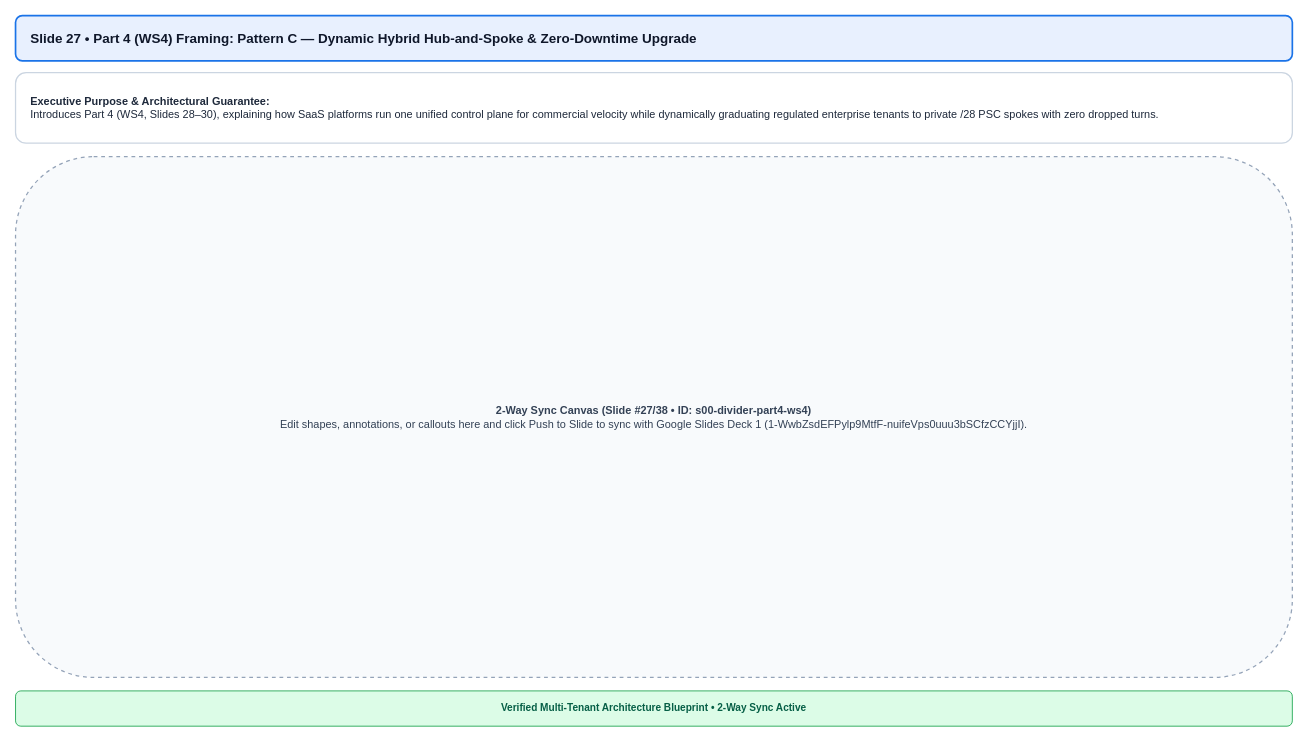
Before: diagrams/compendium/drawio/s00-divider-part4-ws4.drawio in nitinaggarwal-12/blogs, a draw.io diagram. Source tidied: cells renumbered, new cells numbered last; positions are measured from the earlier drawing's top-left corner, leaving out a move shared by most shapes. Both pictures are drawn from the tidied source at 84%, with x=0, y=0 at pixel (15, 15).
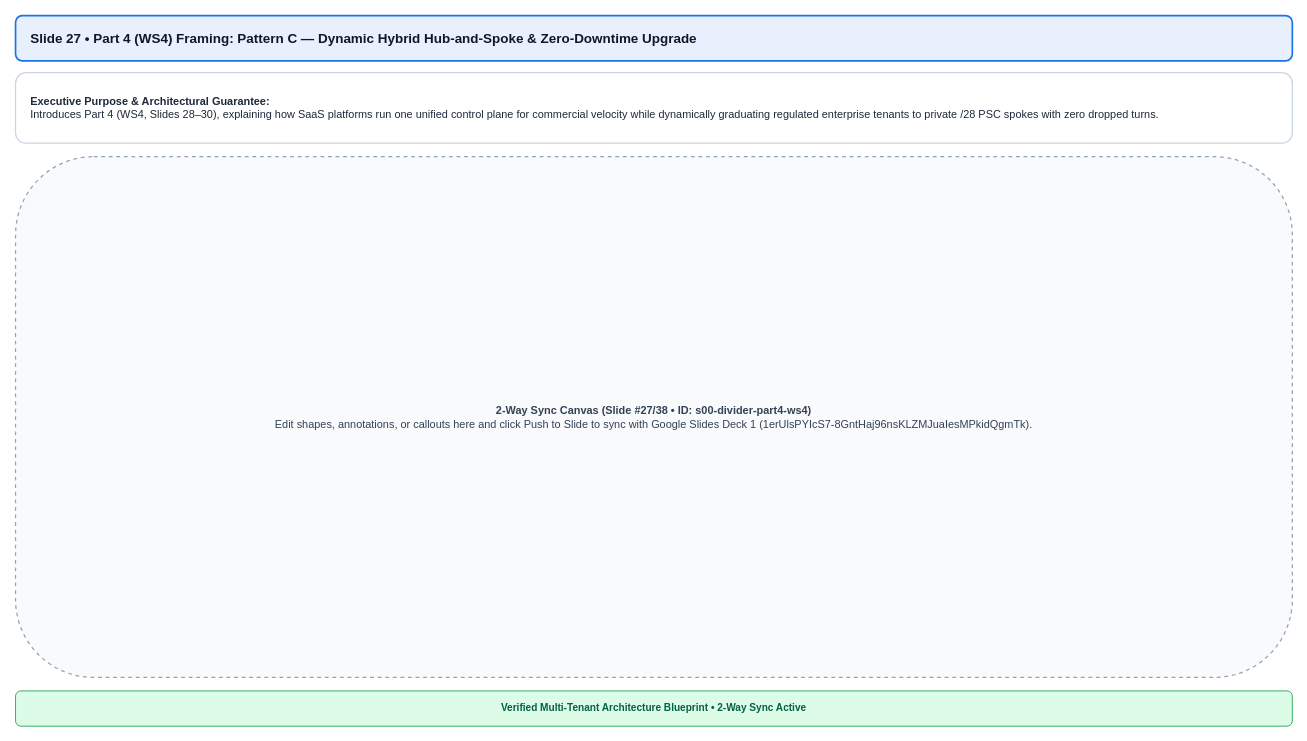
After the change.

Diff of the diagram source:
```diff
@@
 <mxGraphModel>
   <root>
     <mxCell id="0" />
     <mxCell id="1" parent="0" />
     <mxCell id="2" value="&lt;b&gt;Slide 27 • Part 4 (WS4) Framing: Pattern C — Dynamic Hybrid Hub-and-Spoke &amp; Zero-Downtime Upgrade&lt;/b&gt;" style="rounded=1;whiteSpace=wrap;html=1;fillColor=#e8f0fe;strokeColor=#1a73e8;fontColor=#0f172a;fontSize=16;align=left;spacingLeft=16;strokeWidth=2;" parent="1" vertex="1">
       <mxGeometry width="1520" height="54" as="geometry" />
     </mxCell>
     <mxCell id="3" value="&lt;b&gt;Executive Purpose &amp; Architectural Guarantee:&lt;/b&gt;&lt;br&gt;Introduces Part 4 (WS4, Slides 28–30), explaining how SaaS platforms run one unified control plane for commercial velocity while dynamically graduating regulated enterprise tenants to private /28 PSC spokes with zero dropped turns." style="rounded=1;whiteSpace=wrap;html=1;fillColor=#ffffff;strokeColor=#cbd5e1;fontColor=#1e293b;fontSize=13;align=left;spacingLeft=16;spacingRight=16;strokeWidth=1.5;" parent="1" vertex="1">
       <mxGeometry y="68" width="1520" height="84" as="geometry" />
     </mxCell>
-    <mxCell id="4" value="&lt;b&gt;2-Way Sync Canvas (Slide #27/38 • ID: s00-divider-part4-ws4)&lt;/b&gt;&lt;br&gt;Edit shapes, annotations, or callouts here and click Push to Slide to sync with Google Slides Deck 1 (1-WwbZsdEFPylp9MtfF-nuifeVps0uuu3bSCfzCCYjjI)." style="rounded=1;whiteSpace=wrap;html=1;fillColor=#f8fafc;strokeColor=#94a3b8;dashed=1;fontColor=#334155;fontSize=13;align=center;verticalAlign=middle;strokeWidth=1.5;" parent="1" vertex="1">
+    <mxCell id="4" value="&lt;b&gt;2-Way Sync Canvas (Slide #27/38 • ID: s00-divider-part4-ws4)&lt;/b&gt;&lt;br&gt;Edit shapes, annotations, or callouts here and click Push to Slide to sync with Google Slides Deck 1 (1erUlsPYIcS7-8GntHaj96nsKLZMJuaIesMPkidQgmTk)." style="rounded=1;whiteSpace=wrap;html=1;fillColor=#f8fafc;strokeColor=#94a3b8;dashed=1;fontColor=#334155;fontSize=13;align=center;verticalAlign=middle;strokeWidth=1.5;" parent="1" vertex="1">
       <mxGeometry y="168" width="1520" height="620" as="geometry" />
     </mxCell>
     <mxCell id="5" value="Verified Multi-Tenant Architecture Blueprint • 2-Way Sync Active" style="rounded=1;whiteSpace=wrap;html=1;fillColor=#dcfce7;strokeColor=#16a34a;fontColor=#065f46;fontSize=12;fontStyle=1;align=center;" parent="1" vertex="1">
       <mxGeometry y="804" width="1520" height="42" as="geometry" />
     </mxCell>
   </root>
 </mxGraphModel>
```
